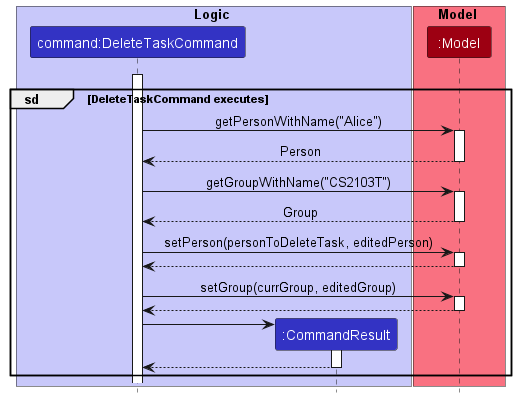
Earlier version of the PlantUML export docs/images/DeleteTaskCommandExecuteSequenceDiagram.png (nus-cs2103-AY2223S1/tp). Its diagram source:
```plantuml
@startuml
!include style.puml

box Logic LOGIC_COLOR_T1
participant "command:DeleteTaskCommand" as DeleteTaskCommand LOGIC_COLOR
participant ":CommandResult" as CommandResult LOGIC_COLOR
end box

box Model MODEL_COLOR_T1
participant ":Model" as Model MODEL_COLOR
end box

DeleteTaskCommand -[hidden]-> Model
activate DeleteTaskCommand

group sd [DeleteTaskCommand executes]
DeleteTaskCommand -> Model : getPersonWithName("Alice")
activate Model
return Person

DeleteTaskCommand -> Model : getGroupWithName("CS2103T")
activate Model
return Group

DeleteTaskCommand -> Model : setPerson(personToDeleteTask, editedPerson)
activate Model
return

DeleteTaskCommand -> Model : setGroup(currGroup, editedGroup)
activate Model
return

create CommandResult
DeleteTaskCommand -> CommandResult
activate CommandResult

CommandResult --> DeleteTaskCommand
deactivate CommandResult

end

@enduml
```
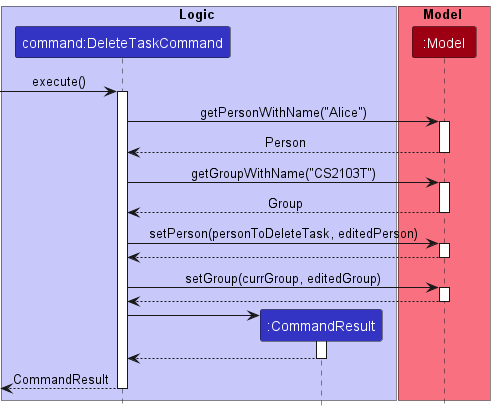
After the commit.

Commit message:
Edit sequence diagrams for all implemented features

What changed in the source:
```diff
@@ -10,10 +10,9 @@
 participant ":Model" as Model MODEL_COLOR
 end box
 
-DeleteTaskCommand -[hidden]-> Model
+[-> DeleteTaskCommand: execute()
 activate DeleteTaskCommand
 
-group sd [DeleteTaskCommand executes]
 DeleteTaskCommand -> Model : getPersonWithName("Alice")
 activate Model
 return Person
@@ -37,6 +36,7 @@
 CommandResult --> DeleteTaskCommand
 deactivate CommandResult
 
-end
+[<-- DeleteTaskCommand: CommandResult
+deactivate DeleteTaskCommand
 
 @enduml
```
